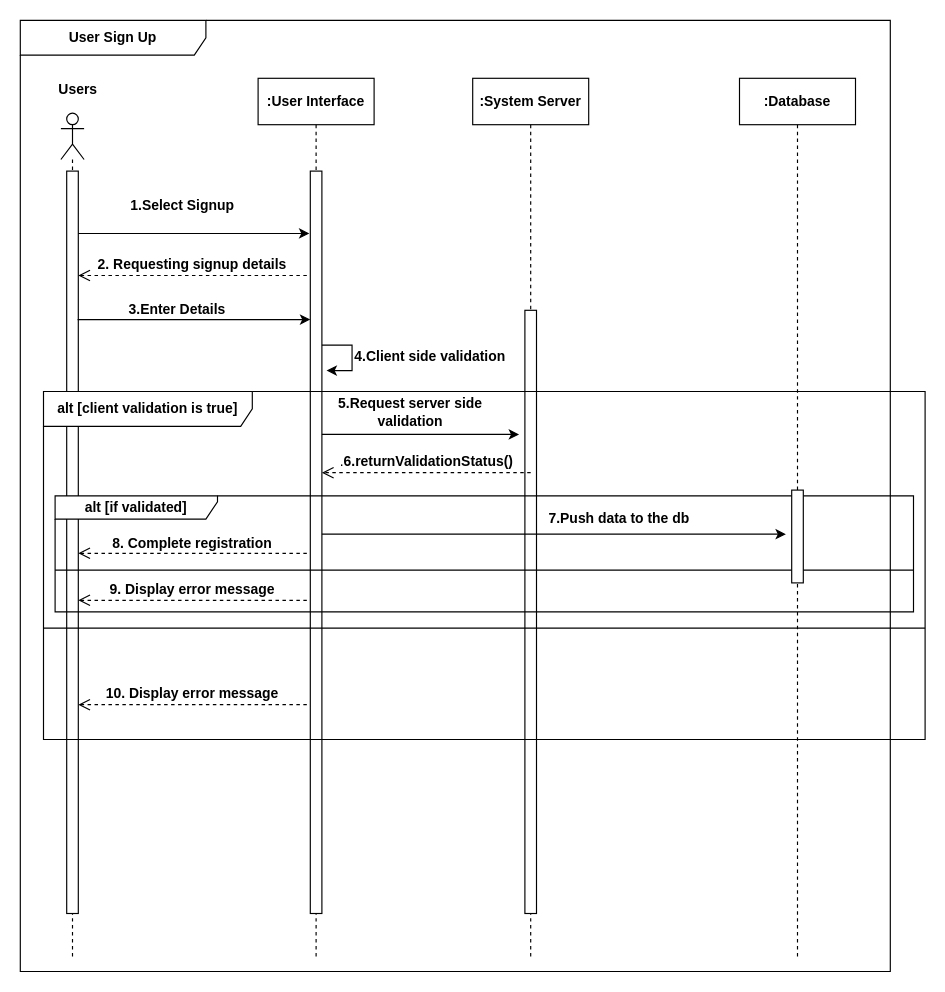
This is page "Page-11" (11 of 13) of Diagram/Sequence Diagram.drawio from AmilaDissanayake/Group_CS21, a draw.io file, before an edit. Source tidied: cells renumbered, new cells numbered last; positions are measured from the earlier drawing's top-left corner, leaving out a move shared by most shapes. Both pictures are drawn from the tidied source at 116%, with x=0, y=0 at pixel (20, 20).
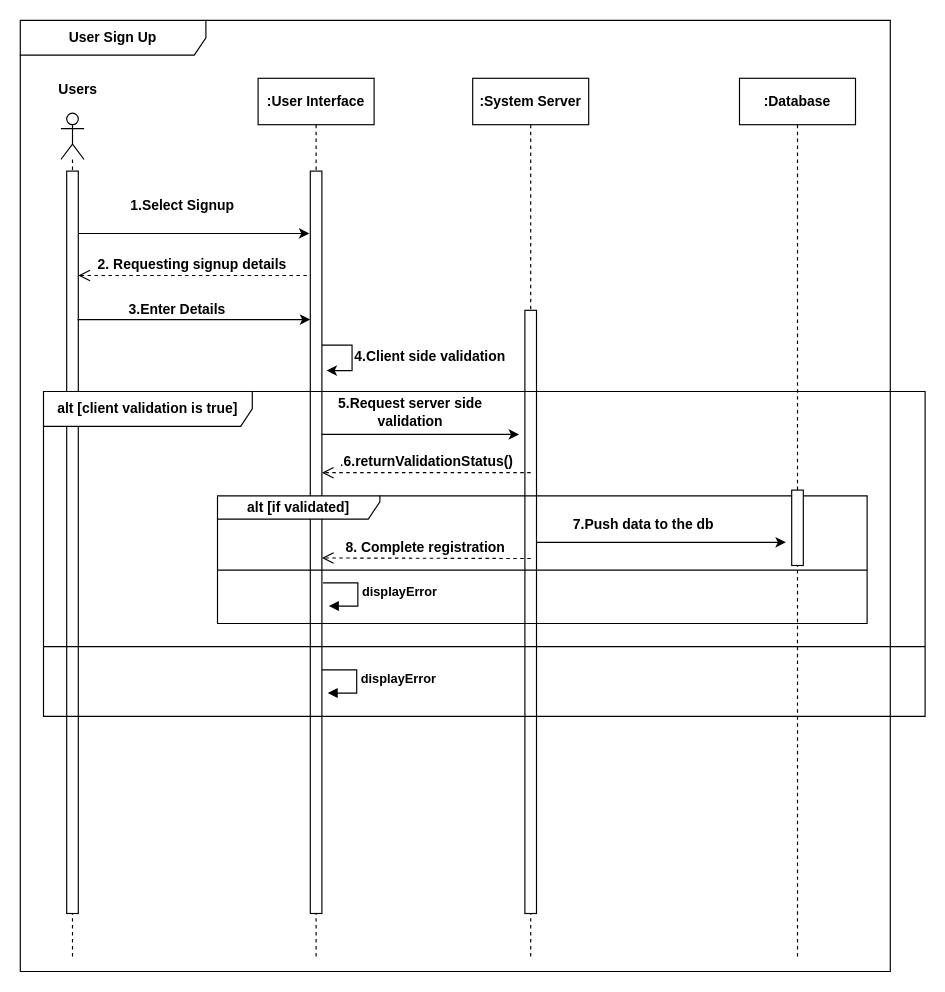
The same diagram, later.

Change to the diagram source:
```diff
@@
     <mxCell id="17" value="&lt;b&gt;alt [client validation is true]&lt;/b&gt;" style="shape=umlFrame;whiteSpace=wrap;html=1;width=180;height=30;" parent="1" vertex="1">
-      <mxGeometry x="20" y="320" width="760" height="300" as="geometry" />
+      <mxGeometry x="20" y="320" width="760" height="280" as="geometry" />
     </mxCell>
@@
     <mxCell id="22" value="&lt;b&gt;alt [if validated]&lt;/b&gt;" style="shape=umlFrame;whiteSpace=wrap;html=1;width=140;height=20;" parent="1" vertex="1">
-      <mxGeometry x="30" y="410" width="740" height="100" as="geometry" />
+      <mxGeometry x="170" y="410" width="560" height="110" as="geometry" />
     </mxCell>
     <mxCell id="23" style="line;strokeWidth=1;fillColor=none;align=left;verticalAlign=middle;spacingTop=-1;spacingLeft=3;spacingRight=3;labelPosition=right;" parent="1" vertex="1">
-      <mxGeometry x="20" y="520" width="760" height="8" as="geometry" />
+      <mxGeometry x="20" y="520" width="760" height="40" as="geometry" />
     </mxCell>
     <mxCell id="24" style="line;strokeWidth=1;fillColor=none;align=left;verticalAlign=middle;spacingTop=-1;spacingLeft=3;spacingRight=3;labelPosition=right;" parent="1" vertex="1">
-      <mxGeometry x="30" y="470" width="740" height="8" as="geometry" />
+      <mxGeometry x="170" y="470" width="560" height="8" as="geometry" />
     </mxCell>
     <mxCell id="25" value="&lt;b&gt;&lt;font style=&quot;font-size: 12px&quot;&gt;8. Complete registration&lt;/font&gt;&lt;/b&gt;" style="html=1;verticalAlign=bottom;endArrow=open;dashed=1;endSize=8;" parent="1" edge="1">
       <mxGeometry x="0.01" relative="1" as="geometry">
-        <mxPoint x="247" y="459.5" as="sourcePoint" />
-        <mxPoint x="50" y="459.5" as="targetPoint" />
+        <mxPoint x="440" y="464" as="sourcePoint" />
+        <mxPoint x="260" y="463.5" as="targetPoint" />
       </mxGeometry>
     </mxCell>
-    <mxCell id="26" value="&lt;b&gt;&lt;font style=&quot;font-size: 12px&quot;&gt;9. Display error message&lt;/font&gt;&lt;/b&gt;" style="html=1;verticalAlign=bottom;endArrow=open;dashed=1;endSize=8;" parent="1" edge="1">
-      <mxGeometry x="0.01" relative="1" as="geometry">
-        <mxPoint x="247" y="500" as="sourcePoint" />
-        <mxPoint x="50" y="500" as="targetPoint" />
-      </mxGeometry>
-    </mxCell>
-    <mxCell id="27" value="&lt;b&gt;&lt;font style=&quot;font-size: 12px&quot;&gt;10. Display error message&lt;/font&gt;&lt;/b&gt;" style="html=1;verticalAlign=bottom;endArrow=open;dashed=1;endSize=8;" parent="1" edge="1">
-      <mxGeometry x="0.01" relative="1" as="geometry">
-        <mxPoint x="247" y="590" as="sourcePoint" />
-        <mxPoint x="50" y="590" as="targetPoint" />
-      </mxGeometry>
-    </mxCell>
     <mxCell id="28" style="html=1;perimeter=orthogonalPerimeter;" parent="1" vertex="1">
-      <mxGeometry x="665" y="405" width="10" height="80" as="geometry" />
+      <mxGeometry x="665" y="405" width="10" height="65" as="geometry" />
     </mxCell>
     <mxCell id="29" style="endArrow=classic;html=1;" parent="1" edge="1">
       <mxGeometry relative="1" as="geometry">
-        <mxPoint x="260" y="443" as="sourcePoint" />
-        <mxPoint x="660" y="443" as="targetPoint" />
+        <mxPoint x="445" y="450" as="sourcePoint" />
+        <mxPoint x="660" y="450" as="targetPoint" />
       </mxGeometry>
     </mxCell>
     <mxCell id="30" value="&lt;b&gt;7.Push data to the db&lt;/b&gt;" style="text;html=1;strokeColor=none;fillColor=none;align=center;verticalAlign=middle;whiteSpace=wrap;rounded=0;" parent="1" vertex="1">
-      <mxGeometry x="445" y="420" width="143" height="20" as="geometry" />
+      <mxGeometry x="466" y="425" width="143" height="20" as="geometry" />
     </mxCell>
+    <mxCell id="31" value="&lt;b&gt;displayError&lt;/b&gt;" style="edgeStyle=orthogonalEdgeStyle;html=1;align=left;spacingLeft=2;endArrow=block;rounded=0;entryX=1;entryY=0;" parent="1" edge="1">
+      <mxGeometry relative="1" as="geometry">
+        <mxPoint x="261" y="485" as="sourcePoint" />
+        <mxPoint x="266" y="505" as="targetPoint" />
+        <Array as="points">
+          <mxPoint x="291" y="485" />
+        </Array>
+      </mxGeometry>
+    </mxCell>
+    <mxCell id="32" value="&lt;b&gt;displayError&lt;/b&gt;" style="edgeStyle=orthogonalEdgeStyle;html=1;align=left;spacingLeft=2;endArrow=block;rounded=0;entryX=1;entryY=0;" parent="1" edge="1">
+      <mxGeometry relative="1" as="geometry">
+        <mxPoint x="260" y="560" as="sourcePoint" />
+        <mxPoint x="265" y="580" as="targetPoint" />
+        <Array as="points">
+          <mxPoint x="290" y="560" />
+        </Array>
+      </mxGeometry>
+    </mxCell>
```
